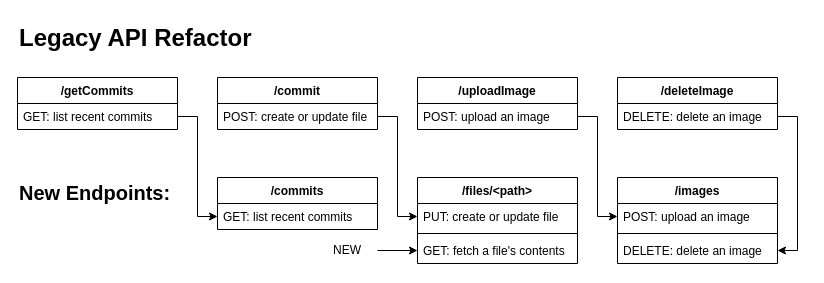
macglencoe/diagrams keeps this draw.io diagram as API_Refactor.drawio. Above is the earlier version. Source tidied: cells renumbered, new cells numbered last; positions are measured from the earlier drawing's top-left corner, leaving out a move shared by most shapes. Both pictures are drawn from the tidied source at 100%, with x=0, y=0 at pixel (17, 17).
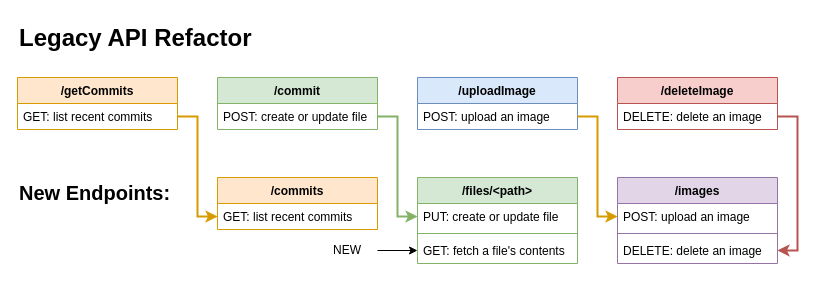
After the change.

The change refers to these unchanged cells:
```xml
<mxCell id="3" value="POST: create or update file" style="text;strokeColor=none;fillColor=none;align=left;verticalAlign=top;spacingLeft=4;spacingRight=4;overflow=hidden;points=[[0,0.5],[1,0.5]];portConstraint=eastwest;whiteSpace=wrap;html=1;" parent="2" vertex="1">
  <mxGeometry y="26" width="160" height="26" as="geometry" />
</mxCell>
<mxCell id="5" value="GET: list recent commits" style="text;strokeColor=none;fillColor=none;align=left;verticalAlign=top;spacingLeft=4;spacingRight=4;overflow=hidden;points=[[0,0.5],[1,0.5]];portConstraint=eastwest;whiteSpace=wrap;html=1;" parent="4" vertex="1">
  <mxGeometry y="26" width="160" height="26" as="geometry" />
</mxCell>
<mxCell id="7" value="POST: upload an image" style="text;strokeColor=none;fillColor=none;align=left;verticalAlign=top;spacingLeft=4;spacingRight=4;overflow=hidden;points=[[0,0.5],[1,0.5]];portConstraint=eastwest;whiteSpace=wrap;html=1;" parent="6" vertex="1">
  <mxGeometry y="26" width="160" height="26" as="geometry" />
</mxCell>
<mxCell id="9" value="DELETE: delete an image" style="text;strokeColor=none;fillColor=none;align=left;verticalAlign=top;spacingLeft=4;spacingRight=4;overflow=hidden;points=[[0,0.5],[1,0.5]];portConstraint=eastwest;whiteSpace=wrap;html=1;" parent="8" vertex="1">
  <mxGeometry y="26" width="160" height="26" as="geometry" />
</mxCell>
<mxCell id="11" value="PUT: create or update file" style="text;strokeColor=none;fillColor=none;align=left;verticalAlign=top;spacingLeft=4;spacingRight=4;overflow=hidden;points=[[0,0.5],[1,0.5]];portConstraint=eastwest;whiteSpace=wrap;html=1;" parent="10" vertex="1">
  <mxGeometry y="26" width="160" height="26" as="geometry" />
</mxCell>
<mxCell id="15" value="GET: list recent commits" style="text;strokeColor=none;fillColor=none;align=left;verticalAlign=top;spacingLeft=4;spacingRight=4;overflow=hidden;points=[[0,0.5],[1,0.5]];portConstraint=eastwest;whiteSpace=wrap;html=1;" parent="14" vertex="1">
  <mxGeometry y="26" width="160" height="26" as="geometry" />
</mxCell>
<mxCell id="17" value="POST: upload an image" style="text;strokeColor=none;fillColor=none;align=left;verticalAlign=top;spacingLeft=4;spacingRight=4;overflow=hidden;points=[[0,0.5],[1,0.5]];portConstraint=eastwest;whiteSpace=wrap;html=1;" parent="16" vertex="1">
  <mxGeometry y="26" width="160" height="26" as="geometry" />
</mxCell>
<mxCell id="19" value="DELETE: delete an image" style="text;strokeColor=none;fillColor=none;align=left;verticalAlign=top;spacingLeft=4;spacingRight=4;overflow=hidden;points=[[0,0.5],[1,0.5]];portConstraint=eastwest;whiteSpace=wrap;html=1;" parent="16" vertex="1">
  <mxGeometry y="60" width="160" height="26" as="geometry" />
</mxCell>
```

Change to the diagram source:
```diff
@@
-<mxGraphModel>
+<mxGraphModel background="#ffffff">
@@
-    <mxCell id="2" value="/commit" style="swimlane;fontStyle=1;align=center;verticalAlign=top;horizontal=1;startSize=26;whiteSpace=wrap;html=1;" parent="1" vertex="1">
+    <mxCell id="2" value="/commit" style="swimlane;fontStyle=1;align=center;verticalAlign=top;horizontal=1;startSize=26;whiteSpace=wrap;html=1;fillColor=#d5e8d4;strokeColor=#82b366;" parent="1" vertex="1">
       <mxGeometry x="200" y="60" width="160" height="52" as="geometry" />
     </mxCell>
@@
-    <mxCell id="4" value="/getCommits" style="swimlane;fontStyle=1;align=center;verticalAlign=top;horizontal=1;startSize=26;whiteSpace=wrap;html=1;" parent="1" vertex="1">
+    <mxCell id="4" value="/getCommits" style="swimlane;fontStyle=1;align=center;verticalAlign=top;horizontal=1;startSize=26;whiteSpace=wrap;html=1;fillColor=#ffe6cc;strokeColor=#d79b00;" parent="1" vertex="1">
       <mxGeometry y="60" width="160" height="52" as="geometry" />
     </mxCell>
@@
-    <mxCell id="6" value="/uploadImage" style="swimlane;fontStyle=1;align=center;verticalAlign=top;horizontal=1;startSize=26;whiteSpace=wrap;html=1;" parent="1" vertex="1">
+    <mxCell id="6" value="/uploadImage" style="swimlane;fontStyle=1;align=center;verticalAlign=top;horizontal=1;startSize=26;whiteSpace=wrap;html=1;fillColor=#dae8fc;strokeColor=#6c8ebf;" parent="1" vertex="1">
       <mxGeometry x="400" y="60" width="160" height="52" as="geometry" />
     </mxCell>
@@
-    <mxCell id="8" value="/deleteImage" style="swimlane;fontStyle=1;align=center;verticalAlign=top;horizontal=1;startSize=26;whiteSpace=wrap;html=1;" parent="1" vertex="1">
+    <mxCell id="8" value="/deleteImage" style="swimlane;fontStyle=1;align=center;verticalAlign=top;horizontal=1;startSize=26;whiteSpace=wrap;html=1;fillColor=#f8cecc;strokeColor=#b85450;" parent="1" vertex="1">
       <mxGeometry x="600" y="60" width="160" height="52" as="geometry" />
     </mxCell>
@@
-    <mxCell id="10" value="/files/&amp;lt;path&amp;gt;" style="swimlane;fontStyle=1;align=center;verticalAlign=top;horizontal=1;startSize=26;whiteSpace=wrap;html=1;" parent="1" vertex="1">
+    <mxCell id="10" value="/files/&amp;lt;path&amp;gt;" style="swimlane;fontStyle=1;align=center;verticalAlign=top;horizontal=1;startSize=26;whiteSpace=wrap;html=1;fillColor=#d5e8d4;strokeColor=#82b366;" parent="1" vertex="1">
       <mxGeometry x="400" y="160" width="160" height="86" as="geometry" />
     </mxCell>
@@
-    <mxCell id="14" value="/commits" style="swimlane;fontStyle=1;align=center;verticalAlign=top;horizontal=1;startSize=26;whiteSpace=wrap;html=1;" parent="1" vertex="1">
+    <mxCell id="14" value="/commits" style="swimlane;fontStyle=1;align=center;verticalAlign=top;horizontal=1;startSize=26;whiteSpace=wrap;html=1;fillColor=#ffe6cc;strokeColor=#d79b00;" parent="1" vertex="1">
       <mxGeometry x="200" y="160" width="160" height="52" as="geometry" />
     </mxCell>
@@
-    <mxCell id="16" value="/images" style="swimlane;fontStyle=1;align=center;verticalAlign=top;horizontal=1;startSize=26;whiteSpace=wrap;html=1;" parent="1" vertex="1">
+    <mxCell id="16" value="/images" style="swimlane;fontStyle=1;align=center;verticalAlign=top;horizontal=1;startSize=26;whiteSpace=wrap;html=1;fillColor=#e1d5e7;strokeColor=#9673a6;" parent="1" vertex="1">
       <mxGeometry x="600" y="160" width="160" height="86" as="geometry" />
     </mxCell>
@@
-    <mxCell id="20" style="edgeStyle=orthogonalEdgeStyle;rounded=0;jettySize=auto;html=1;entryX=0;entryY=0.5;entryDx=0;entryDy=0;" parent="1" edge="1" source="5" target="15">
+    <mxCell id="20" style="edgeStyle=orthogonalEdgeStyle;rounded=0;jettySize=auto;html=1;entryX=0;entryY=0.5;entryDx=0;entryDy=0;fillColor=#ffe6cc;strokeColor=#d79b00;strokeWidth=2;" parent="1" edge="1" source="5" target="15">
       <mxGeometry relative="1" as="geometry" />
     </mxCell>
-    <mxCell id="21" style="edgeStyle=orthogonalEdgeStyle;rounded=0;jettySize=auto;html=1;entryX=0;entryY=0.5;entryDx=0;entryDy=0;" parent="1" edge="1" source="3" target="11">
+    <mxCell id="21" style="edgeStyle=orthogonalEdgeStyle;rounded=0;jettySize=auto;html=1;entryX=0;entryY=0.5;entryDx=0;entryDy=0;fillColor=#d5e8d4;strokeColor=#82b366;strokeWidth=2;" parent="1" edge="1" source="3" target="11">
       <mxGeometry relative="1" as="geometry" />
     </mxCell>
-    <mxCell id="22" style="edgeStyle=orthogonalEdgeStyle;rounded=0;jettySize=auto;html=1;entryX=0;entryY=0.5;entryDx=0;entryDy=0;" parent="1" edge="1" source="7" target="17">
+    <mxCell id="22" style="edgeStyle=orthogonalEdgeStyle;rounded=0;jettySize=auto;html=1;entryX=0;entryY=0.5;entryDx=0;entryDy=0;fillColor=#ffe6cc;strokeColor=#d79b00;strokeWidth=2;" parent="1" edge="1" source="7" target="17">
       <mxGeometry relative="1" as="geometry" />
     </mxCell>
-    <mxCell id="23" style="edgeStyle=orthogonalEdgeStyle;rounded=0;jettySize=auto;html=1;entryX=1;entryY=0.5;entryDx=0;entryDy=0;" parent="1" edge="1" source="9" target="19">
+    <mxCell id="23" style="edgeStyle=orthogonalEdgeStyle;rounded=0;jettySize=auto;html=1;entryX=1;entryY=0.5;entryDx=0;entryDy=0;fillColor=#f8cecc;strokeColor=#b85450;strokeWidth=2;" parent="1" edge="1" source="9" target="19">
       <mxGeometry relative="1" as="geometry">
         <Array as="points">
           <mxPoint x="780" y="99" />
           <mxPoint x="780" y="233" />
         </Array>
       </mxGeometry>
     </mxCell>
```
